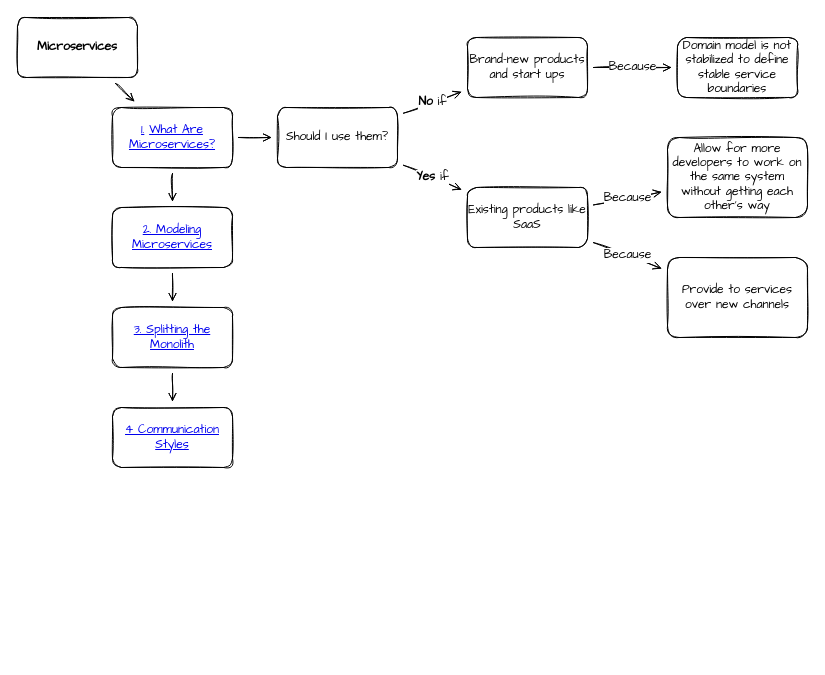
Before: page "MindMap" (1 of 8) of effective-microservices.drawio in zatsepinvl/effective-microservices, a draw.io diagram. Source tidied: cells renumbered, new cells numbered last; positions are measured from the earlier drawing's top-left corner, leaving out a move shared by most shapes. Both pictures are drawn from the tidied source at 100%, with x=0, y=0 at pixel (17, 17).
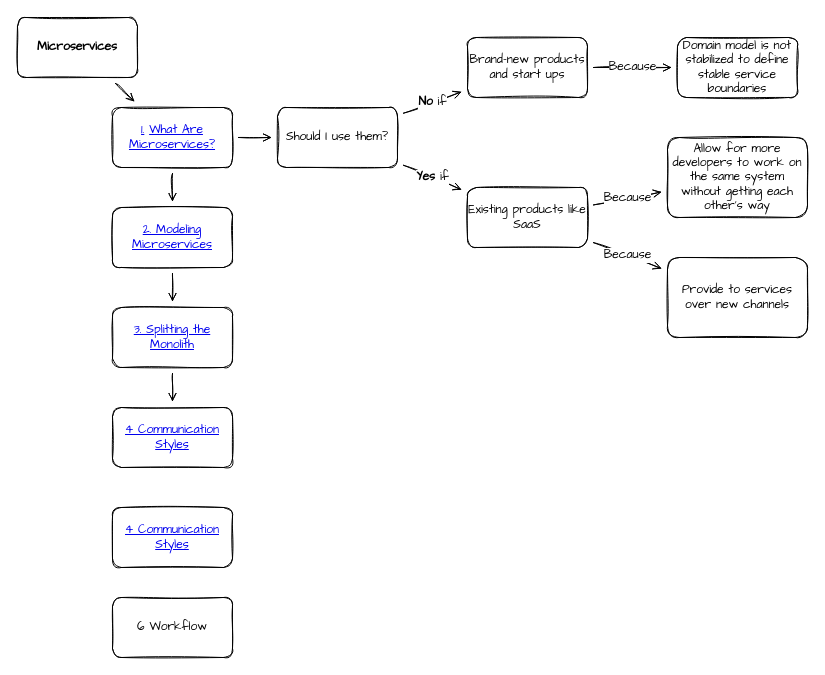
After the change.

The edit, as a diff of the source:
```diff
@@
+    <mxCell id="23" value="&lt;a href=&quot;data:page/id,-emlwO8WseOiI5o1sVPK&quot;&gt;4 Communication Styles&lt;/a&gt;" style="whiteSpace=wrap;html=1;hachureGap=4;fontFamily=Comic Sans MS;fontSize=12;sketch=1;rounded=1;" parent="1" vertex="1">
+      <mxGeometry x="95" y="490" width="120" height="60" as="geometry" />
+    </mxCell>
+    <mxCell id="24" value="6 Workflow" style="whiteSpace=wrap;html=1;hachureGap=4;fontFamily=Comic Sans MS;fontSize=12;sketch=1;rounded=1;" parent="1" vertex="1">
+      <mxGeometry x="95" y="580" width="120" height="60" as="geometry" />
+    </mxCell>
```
